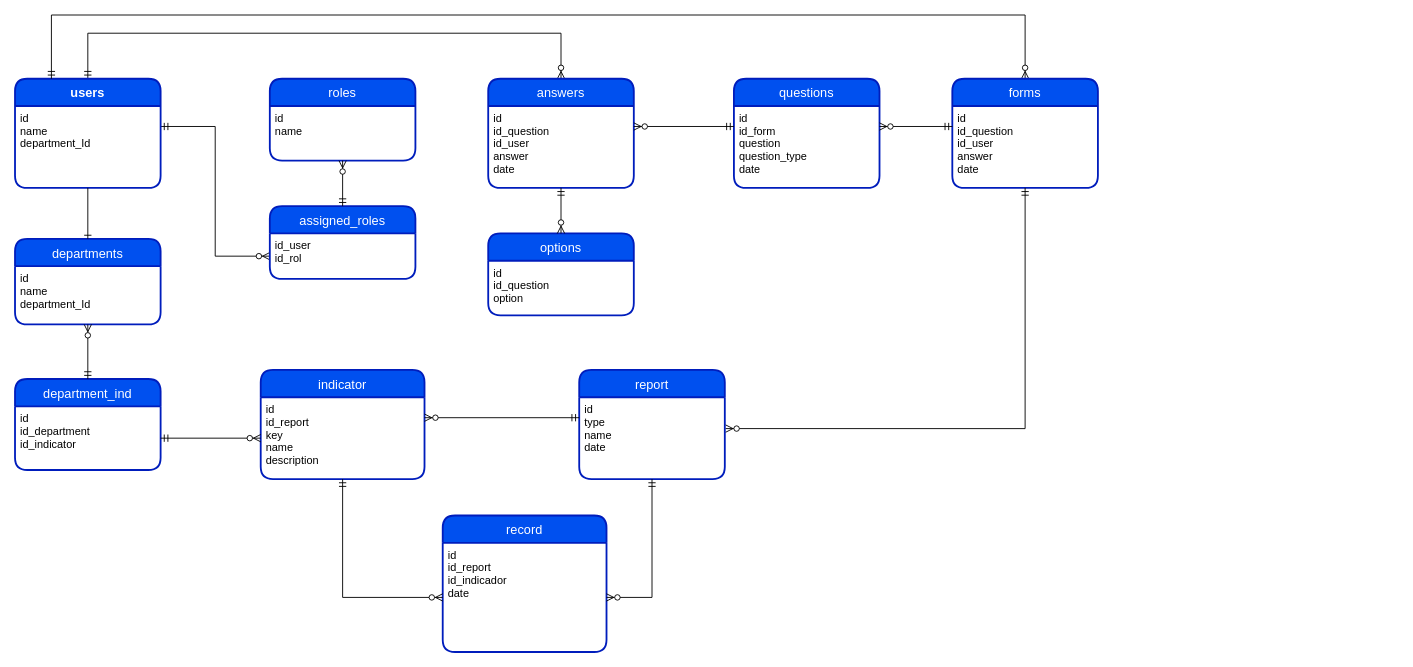
This is Indicators.drawio from cristinacrs/diagrams, a draw.io file, before an edit. Source tidied: cells renumbered, new cells numbered last; positions are measured from the earlier drawing's top-left corner, leaving out a move shared by most shapes. Both pictures are drawn from the tidied source at 91%, with x=0, y=0 at pixel (15, 15).
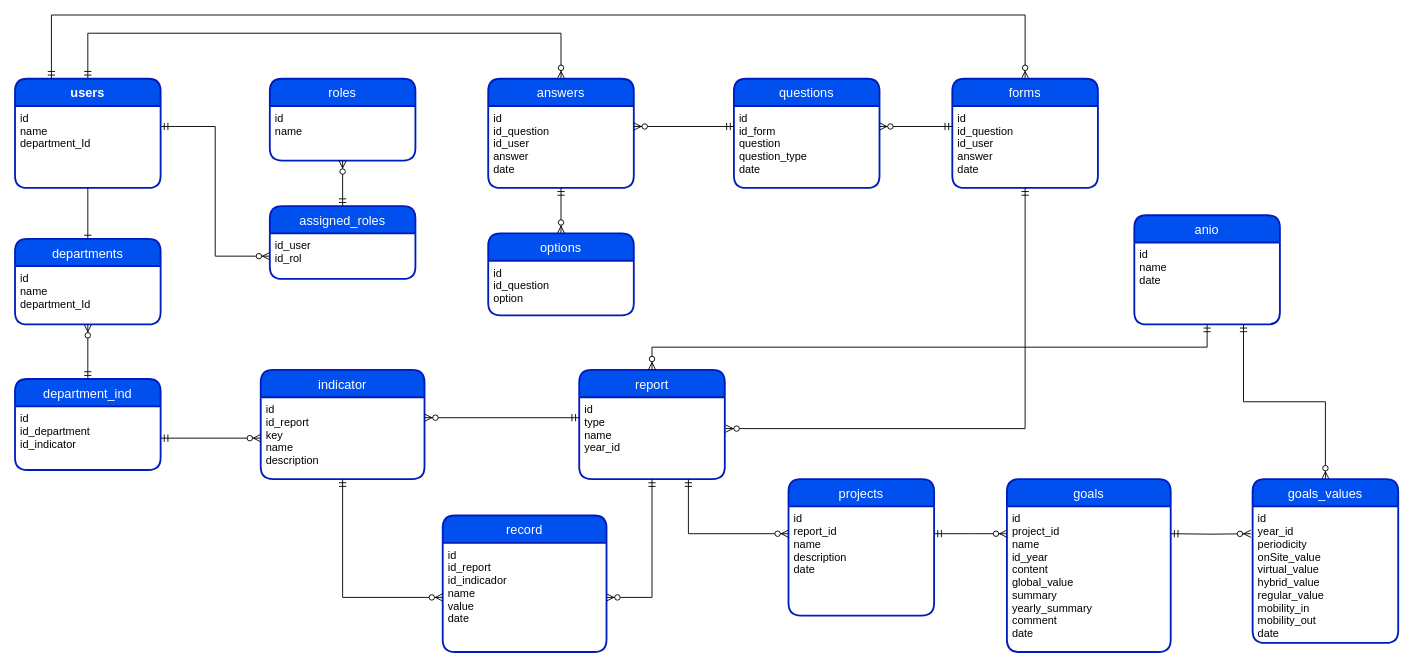
Above is the later version.

Commit message:
PDI tables Indicators.drawio

Unchanged cells that the change refers to:
```xml
<mxCell id="22" value="report" style="swimlane;horizontal=1;startSize=30;rounded=1;fontSize=14;fontStyle=0;strokeWidth=2;shadow=0;dashed=0;align=center;fillColor=#0050ef;fontColor=#ffffff;strokeColor=#001DBC;" parent="1" vertex="1">
  <mxGeometry x="620" y="390" width="160" height="120" as="geometry" />
</mxCell>
<mxCell id="32" value="record" style="swimlane;horizontal=1;startSize=30;rounded=1;fontSize=14;fontStyle=0;strokeWidth=2;shadow=0;dashed=0;align=center;fillColor=#0050ef;fontColor=#ffffff;strokeColor=#001DBC;" parent="1" vertex="1">
  <mxGeometry x="470" y="550" width="180" height="150" as="geometry" />
</mxCell>
```

Change to the diagram source:
```diff
@@
-    <mxCell id="23" value="id&#10;type&#10;name&#10;date" style="align=left;strokeColor=none;fillColor=none;spacingLeft=4;fontSize=12;verticalAlign=top;" parent="22" vertex="1">
+    <mxCell id="23" value="id&#10;type&#10;name&#10;year_id" style="align=left;strokeColor=none;fillColor=none;spacingLeft=4;fontSize=12;verticalAlign=top;" parent="22" vertex="1">
       <mxGeometry y="30" width="160" height="90" as="geometry" />
     </mxCell>
@@
-    <mxCell id="33" value="id&#10;id_report&#10;id_indicador&#10;date" style="align=left;strokeColor=none;fillColor=none;spacingLeft=4;fontSize=12;verticalAlign=top;" parent="32" vertex="1">
+    <mxCell id="33" value="id&#10;id_report&#10;id_indicador&#10;name&#10;value&#10;date" style="align=left;strokeColor=none;fillColor=none;spacingLeft=4;fontSize=12;verticalAlign=top;" parent="32" vertex="1">
       <mxGeometry y="30" width="180" height="120" as="geometry" />
     </mxCell>
@@
+    <mxCell id="41" value="projects" style="swimlane;horizontal=1;startSize=30;rounded=1;fontSize=14;fontStyle=0;strokeWidth=2;shadow=0;dashed=0;align=center;fillColor=#0050ef;fontColor=#ffffff;strokeColor=#001DBC;" parent="1" vertex="1">
+      <mxGeometry x="850" y="510" width="160" height="150" as="geometry" />
+    </mxCell>
+    <mxCell id="42" value="id&#10;report_id&#10;name&#10;description&#10;date" style="align=left;strokeColor=none;fillColor=none;spacingLeft=4;fontSize=12;verticalAlign=top;" parent="41" vertex="1">
+      <mxGeometry y="30" width="160" height="120" as="geometry" />
+    </mxCell>
+    <mxCell id="43" style="fontSize=12;html=1;endArrow=ERzeroToMany;startArrow=ERmandOne;rounded=0;verticalAlign=bottom;labelPosition=center;verticalLabelPosition=top;align=center;exitX=0.75;exitY=1;exitDx=0;exitDy=0;edgeStyle=orthogonalEdgeStyle;entryX=0;entryY=0.25;entryDx=0;entryDy=0;" parent="1" edge="1" source="23" target="42">
+      <mxGeometry relative="1" as="geometry" />
+    </mxCell>
+    <mxCell id="44" value="goals" style="swimlane;horizontal=1;startSize=30;rounded=1;fontSize=14;fontStyle=0;strokeWidth=2;shadow=0;dashed=0;align=center;fillColor=#0050ef;fontColor=#ffffff;strokeColor=#001DBC;" parent="1" vertex="1">
+      <mxGeometry x="1090" y="510" width="180" height="190" as="geometry" />
+    </mxCell>
+    <mxCell id="45" value="id&#10;project_id&#10;name&#10;id_year&#10;content&#10;global_value&#10;summary&#10;yearly_summary&#10;comment&#10;date" style="align=left;strokeColor=none;fillColor=none;spacingLeft=4;fontSize=12;verticalAlign=top;" parent="44" vertex="1">
+      <mxGeometry y="30" width="180" height="160" as="geometry" />
+    </mxCell>
+    <mxCell id="46" style="fontSize=12;html=1;endArrow=ERzeroToMany;startArrow=ERmandOne;rounded=0;verticalAlign=bottom;labelPosition=center;verticalLabelPosition=top;align=center;exitX=1;exitY=0.25;exitDx=0;exitDy=0;edgeStyle=orthogonalEdgeStyle;" parent="1" edge="1" source="42">
+      <mxGeometry relative="1" as="geometry">
+        <mxPoint x="1090" y="570" as="targetPoint" />
+      </mxGeometry>
+    </mxCell>
+    <mxCell id="47" value="anio" style="swimlane;horizontal=1;startSize=30;rounded=1;fontSize=14;fontStyle=0;strokeWidth=2;shadow=0;dashed=0;align=center;fillColor=#0050ef;fontColor=#ffffff;strokeColor=#001DBC;" parent="1" vertex="1">
+      <mxGeometry x="1230" y="220" width="160" height="120" as="geometry" />
+    </mxCell>
+    <mxCell id="48" value="id&#10;name&#10;date" style="align=left;strokeColor=none;fillColor=none;spacingLeft=4;fontSize=12;verticalAlign=top;" parent="47" vertex="1">
+      <mxGeometry y="30" width="160" height="90" as="geometry" />
+    </mxCell>
+    <mxCell id="49" style="fontSize=12;html=1;endArrow=ERzeroToMany;startArrow=ERmandOne;rounded=0;verticalAlign=bottom;labelPosition=center;verticalLabelPosition=top;align=center;exitX=0.5;exitY=1;exitDx=0;exitDy=0;edgeStyle=orthogonalEdgeStyle;entryX=0.5;entryY=0;entryDx=0;entryDy=0;" parent="1" edge="1" source="48" target="22">
+      <mxGeometry relative="1" as="geometry" />
+    </mxCell>
+    <mxCell id="50" style="fontSize=12;html=1;endArrow=ERzeroToMany;startArrow=ERmandOne;rounded=0;verticalAlign=bottom;labelPosition=center;verticalLabelPosition=top;align=center;exitX=0.75;exitY=1;exitDx=0;exitDy=0;edgeStyle=orthogonalEdgeStyle;entryX=0.5;entryY=0;entryDx=0;entryDy=0;" parent="1" edge="1" source="48" target="51">
+      <mxGeometry relative="1" as="geometry" />
+    </mxCell>
+    <mxCell id="51" value="goals_values" style="swimlane;horizontal=1;startSize=30;rounded=1;fontSize=14;fontStyle=0;strokeWidth=2;shadow=0;dashed=0;align=center;fillColor=#0050ef;fontColor=#ffffff;strokeColor=#001DBC;" parent="1" vertex="1">
+      <mxGeometry x="1360" y="510" width="160" height="180" as="geometry" />
+    </mxCell>
+    <mxCell id="52" value="id&#10;year_id&#10;periodicity&#10;onSite_value&#10;virtual_value&#10;hybrid_value&#10;regular_value&#10;mobility_in&#10;mobility_out&#10;date" style="align=left;strokeColor=none;fillColor=none;spacingLeft=4;fontSize=12;verticalAlign=top;" parent="51" vertex="1">
+      <mxGeometry y="30" width="160" height="150" as="geometry" />
+    </mxCell>
+    <mxCell id="53" style="fontSize=12;html=1;endArrow=ERzeroToMany;startArrow=ERmandOne;rounded=0;verticalAlign=bottom;labelPosition=center;verticalLabelPosition=top;align=center;edgeStyle=orthogonalEdgeStyle;entryX=-0.012;entryY=0.2;entryDx=0;entryDy=0;entryPerimeter=0;" parent="1" edge="1" target="52">
+      <mxGeometry relative="1" as="geometry">
+        <mxPoint x="1270" y="570" as="sourcePoint" />
+      </mxGeometry>
+    </mxCell>
```
